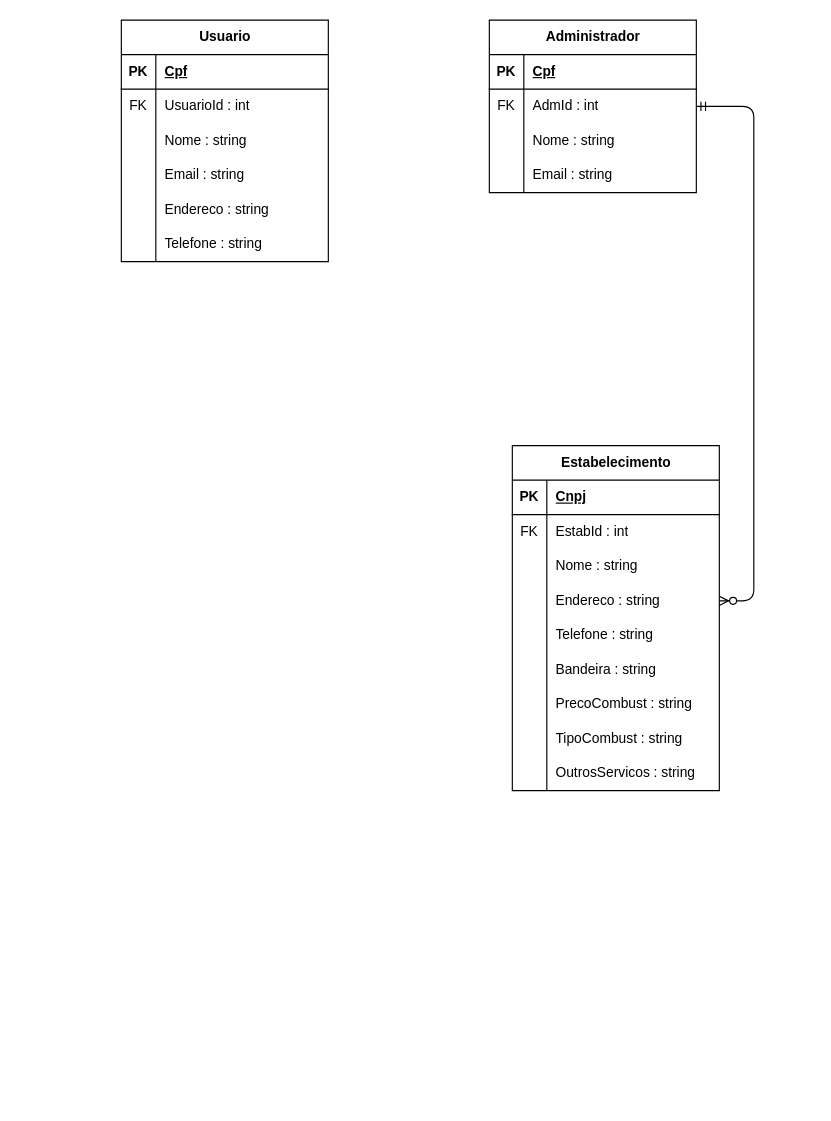
Above: docs/img/Diagrama Modelo Relacional.drawio in ICEI-PUC-Minas-PMV-ADS/pmv-ads-2024-1-e3-proj-mov-t4-fuel (draw.io), before the change. Source tidied: cells renumbered, new cells numbered last; positions are measured from the earlier drawing's top-left corner, leaving out a move shared by most shapes. Both pictures are drawn from the tidied source at 115%, with x=0, y=0 at pixel (121, 20).
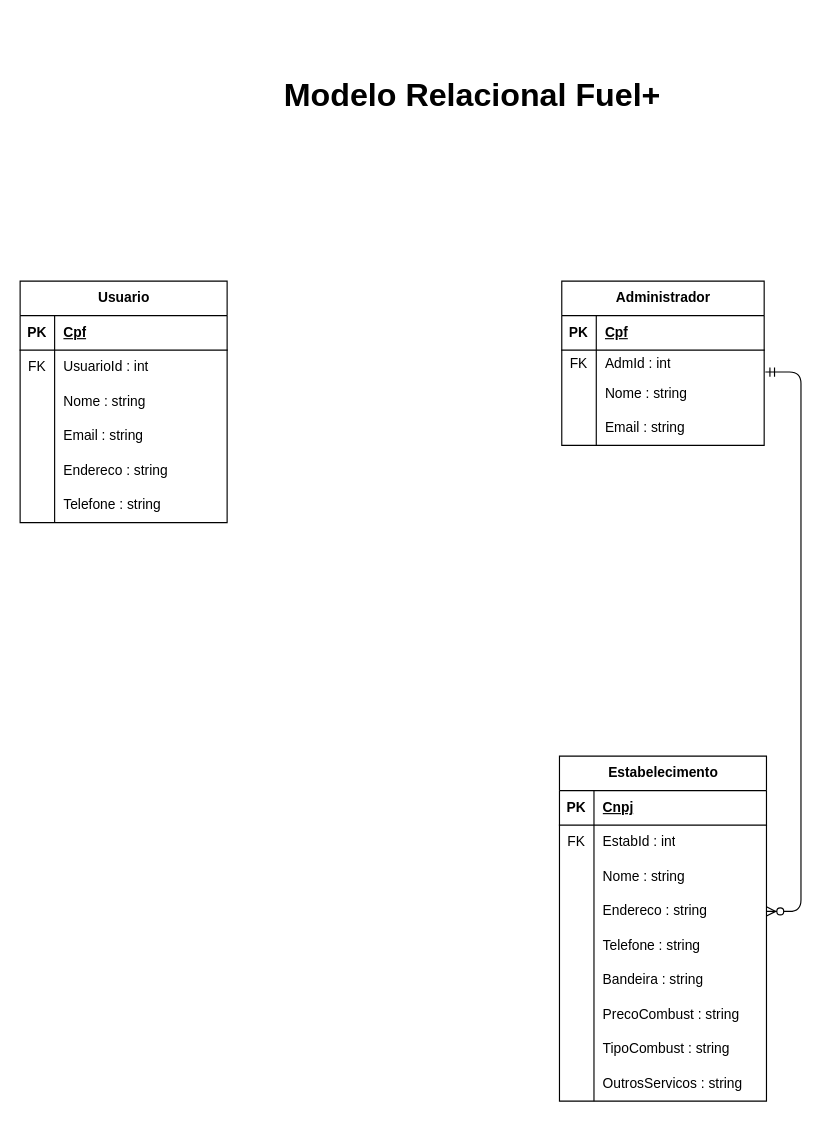
After the change.

Unchanged cells that the change refers to:
```xml
<mxCell id="45" style="shape=tableRow;horizontal=0;startSize=0;swimlaneHead=0;swimlaneBody=0;fillColor=none;points=[[0,0.5],[1,0.5]];portConstraint=eastwest;top=0;left=0;right=0;bottom=0;" parent="35" vertex="1">
  <mxGeometry y="120" width="180" height="30" as="geometry" />
</mxCell>
```

The edit, as a diff of the source:
```diff
@@
-    <mxCell id="2" style="edgeStyle=entityRelationEdgeStyle;endArrow=ERzeroToMany;startArrow=ERmandOne;endFill=1;startFill=0;exitX=1;exitY=0.5;exitDx=0;exitDy=0;" parent="1" edge="1" target="45">
+    <mxCell id="2" style="edgeStyle=entityRelationEdgeStyle;endArrow=ERzeroToMany;startArrow=ERmandOne;endFill=1;startFill=0;" parent="1" edge="1" target="45">
       <mxGeometry relative="1" as="geometry">
-        <mxPoint x="500" y="75" as="sourcePoint" />
+        <mxPoint x="560" y="306" as="sourcePoint" />
       </mxGeometry>
     </mxCell>
     <mxCell id="3" value="Usuario" style="shape=table;startSize=30;childLayout=tableLayout;rowLines=0;fontStyle=1;align=center;html=1;" parent="1" vertex="1">
-      <mxGeometry width="180" height="210" as="geometry" />
+      <mxGeometry x="-88" y="227" width="180" height="210" as="geometry" />
     </mxCell>
@@
     <mxCell id="22" value="Administrador" style="shape=table;startSize=30;childLayout=tableLayout;rowLines=0;fontStyle=1;align=center;html=1;" parent="1" vertex="1">
-      <mxGeometry x="320" width="180" height="150" as="geometry" />
+      <mxGeometry x="383" y="227" width="176" height="142.8" as="geometry" />
     </mxCell>
     <mxCell id="23" style="shape=tableRow;horizontal=0;startSize=0;swimlaneHead=0;swimlaneBody=0;fillColor=none;top=0;left=0;right=0;bottom=1;" parent="22" vertex="1">
-      <mxGeometry y="30" width="180" height="30" as="geometry" />
+      <mxGeometry y="30" width="176" height="30" as="geometry" />
     </mxCell>
@@
     <mxCell id="25" value="Cpf" style="shape=partialRectangle;fillColor=none;top=0;left=0;bottom=0;right=0;align=left;spacingLeft=6;fontStyle=5;overflow=hidden;whiteSpace=wrap;html=1;" parent="23" vertex="1">
-      <mxGeometry x="30" width="150" height="30" as="geometry" />
+      <mxGeometry x="30" width="146" height="30" as="geometry" />
     </mxCell>
     <mxCell id="26" style="shape=tableRow;horizontal=0;startSize=0;swimlaneHead=0;swimlaneBody=0;fillColor=none;top=0;left=0;right=0;bottom=0;" parent="22" vertex="1">
-      <mxGeometry y="60" width="180" height="30" as="geometry" />
+      <mxGeometry y="60" width="176" height="23" as="geometry" />
     </mxCell>
     <mxCell id="27" value="FK" style="shape=partialRectangle;fillColor=none;top=0;left=0;bottom=0;right=0;overflow=hidden;whiteSpace=wrap;html=1;" parent="26" vertex="1">
-      <mxGeometry width="30" height="30" as="geometry" />
+      <mxGeometry width="30" height="23" as="geometry" />
     </mxCell>
     <mxCell id="28" value="AdmId : int" style="shape=partialRectangle;fillColor=none;top=0;left=0;bottom=0;right=0;align=left;spacingLeft=6;overflow=hidden;whiteSpace=wrap;html=1;" parent="26" vertex="1">
-      <mxGeometry x="30" width="150" height="30" as="geometry" />
+      <mxGeometry x="30" width="146" height="23" as="geometry" />
     </mxCell>
     <mxCell id="29" style="shape=tableRow;horizontal=0;startSize=0;swimlaneHead=0;swimlaneBody=0;fillColor=none;top=0;left=0;right=0;bottom=0;" parent="22" vertex="1">
-      <mxGeometry y="90" width="180" height="30" as="geometry" />
+      <mxGeometry y="83" width="176" height="30" as="geometry" />
     </mxCell>
@@
     <mxCell id="31" value="Nome : string" style="shape=partialRectangle;fillColor=none;top=0;left=0;bottom=0;right=0;align=left;spacingLeft=6;overflow=hidden;whiteSpace=wrap;html=1;" parent="29" vertex="1">
-      <mxGeometry x="30" width="150" height="30" as="geometry" />
+      <mxGeometry x="30" width="146" height="30" as="geometry" />
     </mxCell>
     <mxCell id="32" style="shape=tableRow;horizontal=0;startSize=0;swimlaneHead=0;swimlaneBody=0;fillColor=none;top=0;left=0;right=0;bottom=0;" parent="22" vertex="1">
-      <mxGeometry y="120" width="180" height="30" as="geometry" />
+      <mxGeometry y="113" width="176" height="30" as="geometry" />
     </mxCell>
@@
     <mxCell id="34" value="Email : string" style="shape=partialRectangle;fillColor=none;top=0;left=0;bottom=0;right=0;align=left;spacingLeft=6;overflow=hidden;whiteSpace=wrap;html=1;" parent="32" vertex="1">
-      <mxGeometry x="30" width="150" height="30" as="geometry" />
+      <mxGeometry x="30" width="146" height="30" as="geometry" />
     </mxCell>
     <mxCell id="35" value="Estabelecimento" style="shape=table;startSize=30;childLayout=tableLayout;rowLines=0;fontStyle=1;align=center;html=1;" parent="1" vertex="1">
-      <mxGeometry x="340" y="370" width="180" height="300" as="geometry" />
+      <mxGeometry x="381" y="640" width="180" height="300" as="geometry" />
     </mxCell>
@@
+    <mxCell id="63" value="&lt;b&gt;&lt;font style=&quot;font-size: 28px;&quot;&gt;Modelo Relacional Fuel+&lt;/font&gt;&lt;/b&gt;" style="text;html=1;align=center;verticalAlign=middle;strokeColor=none;fillColor=none;" parent="1" vertex="1">
+      <mxGeometry x="132" y="42" width="346" height="46" as="geometry" />
+    </mxCell>
```
